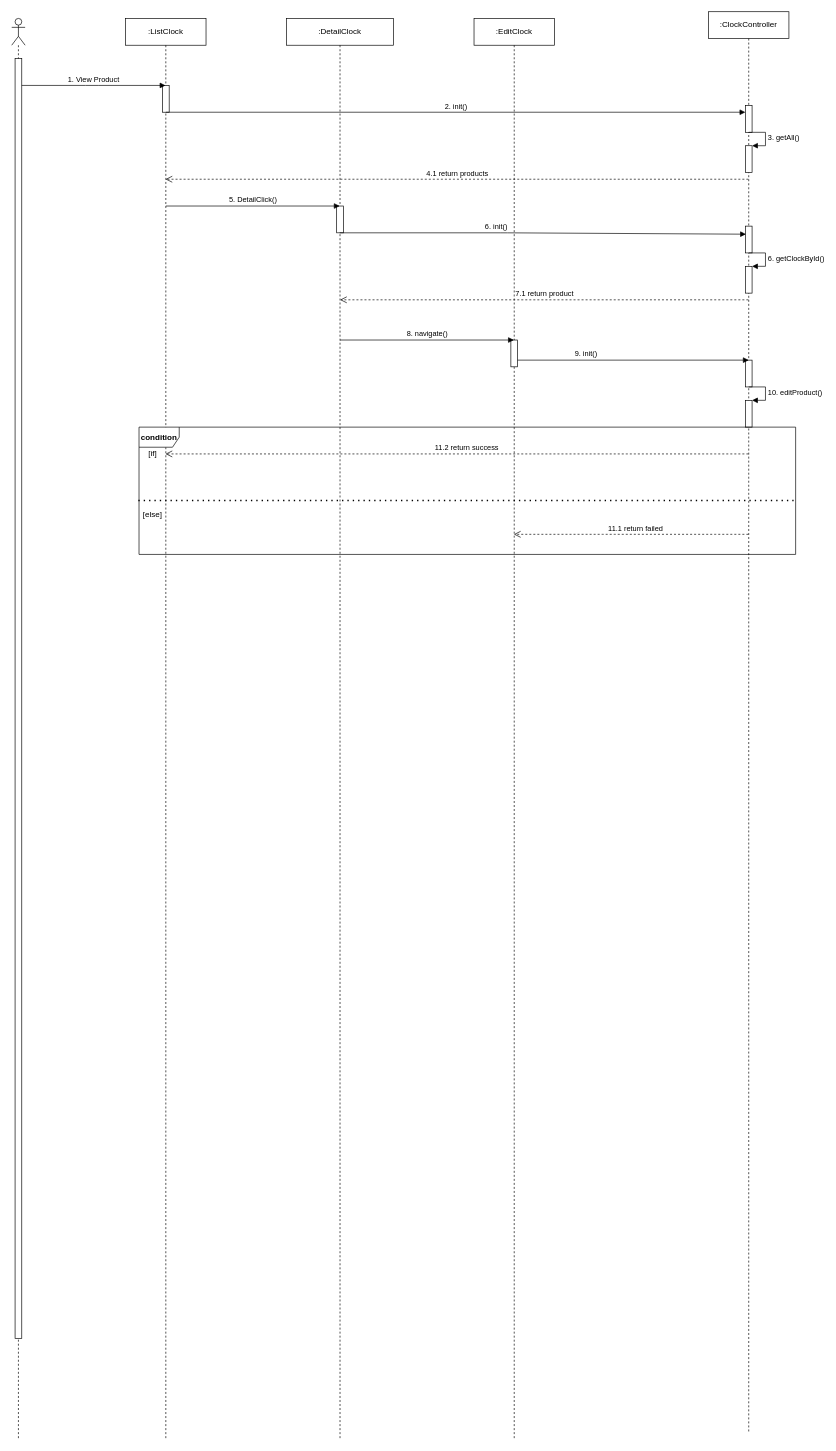
Earlier version of the draw.io diagram page "Account" (4 of 5) of Draw/Sequence_component.drawio (TMChi3n/clock-web). Source tidied: cells renumbered, new cells numbered last; positions are measured from the earlier drawing's top-left corner, leaving out a move shared by most shapes. Both pictures are drawn from the tidied source at 67%, with x=0, y=0 at pixel (11, 11).
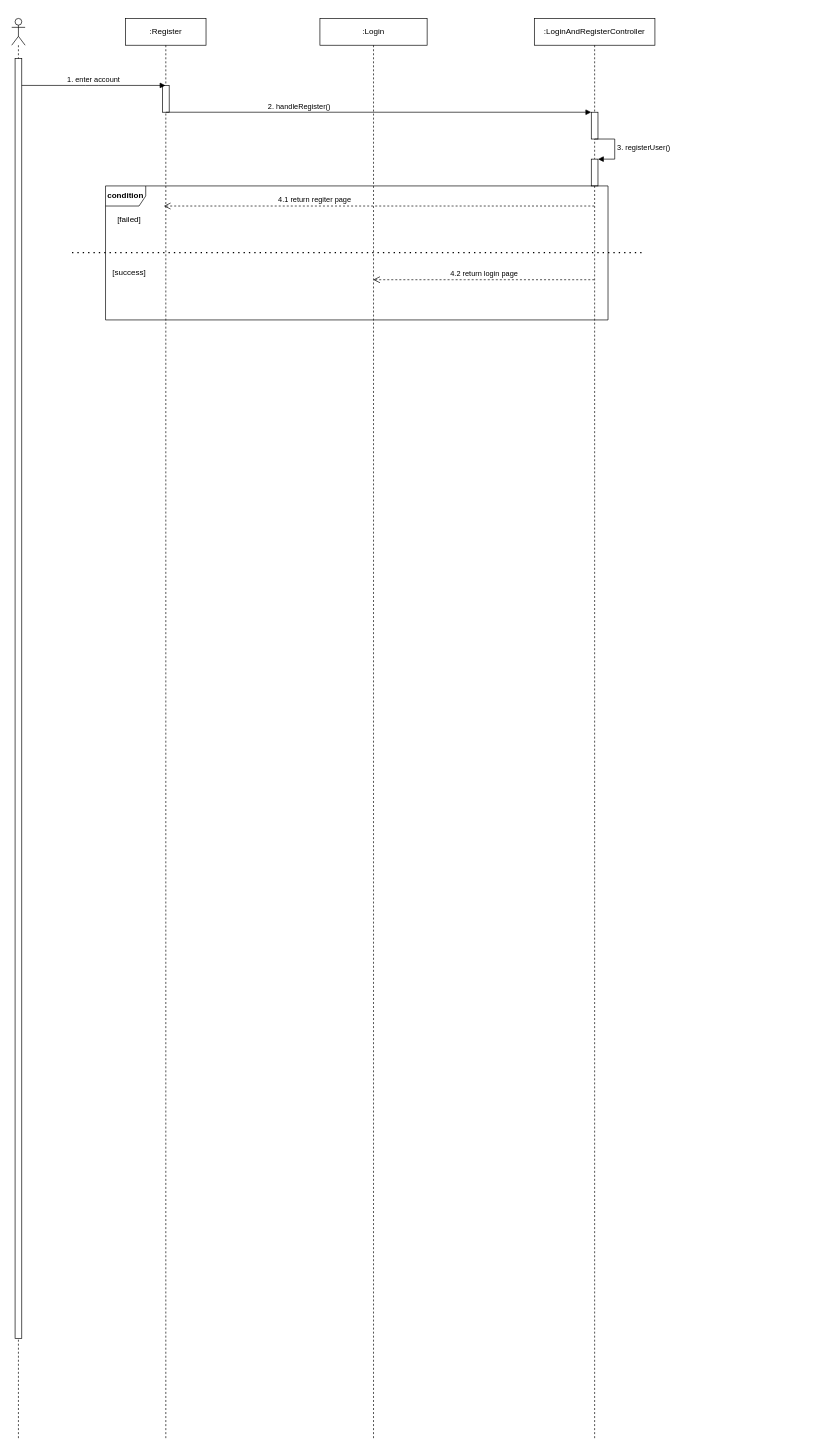
Above is the later version.

Unchanged cells that the change refers to:
```xml
<mxCell id="3" style="html=1;points=[];perimeter=orthogonalPerimeter;" parent="2" vertex="1">
  <mxGeometry x="5" y="60" width="10" height="1910" as="geometry" />
</mxCell>
```

Diff of the diagram source:
```diff
@@
-    <mxCell id="4" value=":ClockController" style="shape=umlLifeline;perimeter=lifelinePerimeter;whiteSpace=wrap;html=1;outlineConnect=0;" parent="1" vertex="1">
-      <mxGeometry x="1040" width="120" height="2120" as="geometry" />
+    <mxCell id="4" value=":LoginAndRegisterController" style="shape=umlLifeline;perimeter=lifelinePerimeter;whiteSpace=wrap;html=1;outlineConnect=0;" parent="1" vertex="1">
+      <mxGeometry x="780" y="10" width="180" height="2120" as="geometry" />
     </mxCell>
     <mxCell id="5" style="html=1;points=[];perimeter=orthogonalPerimeter;" parent="4" vertex="1">
-      <mxGeometry x="55" y="140" width="10" height="40" as="geometry" />
+      <mxGeometry x="85" y="140" width="10" height="40" as="geometry" />
     </mxCell>
     <mxCell id="6" style="html=1;points=[];perimeter=orthogonalPerimeter;" parent="4" vertex="1">
-      <mxGeometry x="55" y="200" width="10" height="40" as="geometry" />
+      <mxGeometry x="85" y="210" width="10" height="40" as="geometry" />
     </mxCell>
-    <mxCell id="7" value="3. getAll()" style="edgeStyle=orthogonalEdgeStyle;html=1;align=left;spacingLeft=2;endArrow=block;rounded=0;entryX=1;entryY=0;" parent="4" edge="1" target="6">
+    <mxCell id="7" value="3. registerUser()" style="edgeStyle=orthogonalEdgeStyle;html=1;align=left;spacingLeft=2;endArrow=block;rounded=0;entryX=1;entryY=0;" parent="4" edge="1" target="6">
       <mxGeometry relative="1" as="geometry">
-        <mxPoint x="60" y="180" as="sourcePoint" />
+        <mxPoint x="90" y="180" as="sourcePoint" />
         <Array as="points">
-          <mxPoint x="85" y="180" />
+          <mxPoint x="120" y="180" />
+          <mxPoint x="120" y="210" />
         </Array>
       </mxGeometry>
     </mxCell>
-    <mxCell id="8" style="html=1;points=[];perimeter=orthogonalPerimeter;" parent="4" vertex="1">
-      <mxGeometry x="55" y="320" width="10" height="40" as="geometry" />
-    </mxCell>
-    <mxCell id="9" value="6. getClockById()" style="edgeStyle=orthogonalEdgeStyle;html=1;align=left;spacingLeft=2;endArrow=block;rounded=0;entryX=1;entryY=0;" parent="4" edge="1" target="10">
-      <mxGeometry relative="1" as="geometry">
-        <mxPoint x="60" y="360" as="sourcePoint" />
-        <Array as="points">
-          <mxPoint x="85" y="360" />
-        </Array>
-      </mxGeometry>
-    </mxCell>
-    <mxCell id="10" style="html=1;points=[];perimeter=orthogonalPerimeter;" parent="4" vertex="1">
-      <mxGeometry x="55" y="380" width="10" height="40" as="geometry" />
-    </mxCell>
-    <mxCell id="11" style="html=1;perimeter=orthogonalPerimeter;" parent="4" vertex="1">
-      <mxGeometry x="55" y="520" width="10" height="40" as="geometry" />
-    </mxCell>
-    <mxCell id="12" value="10. editProduct()" style="edgeStyle=orthogonalEdgeStyle;html=1;align=left;spacingLeft=2;endArrow=block;rounded=0;entryX=1;entryY=0;" parent="4" edge="1" target="13">
-      <mxGeometry relative="1" as="geometry">
-        <mxPoint x="60" y="560" as="sourcePoint" />
-        <Array as="points">
-          <mxPoint x="85" y="560" />
-        </Array>
-      </mxGeometry>
-    </mxCell>
-    <mxCell id="13" style="html=1;points=[];perimeter=orthogonalPerimeter;" parent="4" vertex="1">
-      <mxGeometry x="55" y="580" width="10" height="40" as="geometry" />
-    </mxCell>
-    <mxCell id="14" value="9. init()" style="html=1;verticalAlign=bottom;endArrow=block;" parent="4" edge="1" source="15">
-      <mxGeometry x="-0.39" relative="1" as="geometry">
-        <mxPoint x="60" y="520" as="targetPoint" />
-      </mxGeometry>
-    </mxCell>
-    <mxCell id="15" value=":EditClock" style="shape=umlLifeline;perimeter=lifelinePerimeter;whiteSpace=wrap;html=1;outlineConnect=0;" parent="1" vertex="1">
-      <mxGeometry x="690" y="10" width="120" height="2120" as="geometry" />
-    </mxCell>
-    <mxCell id="16" style="html=1;perimeter=orthogonalPerimeter;" parent="15" vertex="1">
-      <mxGeometry x="55" y="480" width="10" height="40" as="geometry" />
-    </mxCell>
-    <mxCell id="17" value=":DetailClock" style="shape=umlLifeline;perimeter=lifelinePerimeter;whiteSpace=wrap;html=1;outlineConnect=0;" parent="1" vertex="1">
-      <mxGeometry x="410" y="10" width="160" height="2120" as="geometry" />
+    <mxCell id="17" value=":Login" style="shape=umlLifeline;perimeter=lifelinePerimeter;whiteSpace=wrap;html=1;outlineConnect=0;" parent="1" vertex="1">
+      <mxGeometry x="460" y="10" width="160" height="2120" as="geometry" />
     </mxCell>
-    <mxCell id="18" style="html=1;perimeter=orthogonalPerimeter;" parent="17" vertex="1">
-      <mxGeometry x="75" y="280" width="10" height="40" as="geometry" />
-    </mxCell>
-    <mxCell id="19" value=":ListClock" style="shape=umlLifeline;perimeter=lifelinePerimeter;whiteSpace=wrap;html=1;outlineConnect=0;" parent="1" vertex="1">
+    <mxCell id="19" value=":Register" style="shape=umlLifeline;perimeter=lifelinePerimeter;whiteSpace=wrap;html=1;outlineConnect=0;" parent="1" vertex="1">
       <mxGeometry x="170" y="10" width="120" height="2120" as="geometry" />
     </mxCell>
@@
-    <mxCell id="21" value="1. View Product" style="html=1;verticalAlign=bottom;endArrow=block;" parent="1" edge="1" source="3" target="19">
+    <mxCell id="21" value="1. enter account" style="html=1;verticalAlign=bottom;endArrow=block;" parent="1" edge="1" source="3" target="19">
       <mxGeometry relative="1" as="geometry">
         <Array as="points">
           <mxPoint x="120" y="110" />
         </Array>
       </mxGeometry>
     </mxCell>
-    <mxCell id="22" value="2. init()" style="html=1;verticalAlign=bottom;endArrow=block;" parent="1" edge="1" target="5">
-      <mxGeometry relative="1" as="geometry">
+    <mxCell id="22" value="2. handleRegister()" style="html=1;verticalAlign=bottom;endArrow=block;" parent="1" edge="1" target="5">
+      <mxGeometry x="-0.37" relative="1" as="geometry">
         <mxPoint x="230" y="150" as="sourcePoint" />
+        <mxPoint x="-1" as="offset" />
       </mxGeometry>
     </mxCell>
-    <mxCell id="23" value="4.1 return products" style="html=1;verticalAlign=bottom;endArrow=open;dashed=1;endSize=8;" parent="1" edge="1" source="4" target="19">
-      <mxGeometry relative="1" as="geometry">
-        <Array as="points">
-          <mxPoint x="670" y="250" />
-        </Array>
-      </mxGeometry>
-    </mxCell>
-    <mxCell id="24" value="5. DetailClick()" style="html=1;verticalAlign=bottom;endArrow=block;" parent="1" edge="1" target="17">
-      <mxGeometry relative="1" as="geometry">
-        <mxPoint x="230" y="290" as="sourcePoint" />
-      </mxGeometry>
-    </mxCell>
-    <mxCell id="25" value="6. init()" style="html=1;verticalAlign=bottom;endArrow=block;entryX=0.088;entryY=0.301;entryDx=0;entryDy=0;entryPerimeter=0;" parent="1" edge="1" source="17" target="8">
-      <mxGeometry x="-0.23" relative="1" as="geometry">
-        <Array as="points">
-          <mxPoint x="740" y="330" />
-        </Array>
-      </mxGeometry>
-    </mxCell>
-    <mxCell id="26" value="7.1 return product" style="html=1;verticalAlign=bottom;endArrow=open;dashed=1;endSize=8;" parent="1" edge="1" source="4">
-      <mxGeometry relative="1" as="geometry">
-        <mxPoint x="490" y="430" as="targetPoint" />
-        <Array as="points">
-          <mxPoint x="670.5" y="430" />
-        </Array>
-      </mxGeometry>
-    </mxCell>
-    <mxCell id="27" value="8. navigate()" style="html=1;verticalAlign=bottom;endArrow=block;" parent="1" edge="1">
-      <mxGeometry relative="1" as="geometry">
-        <mxPoint x="490" y="490" as="sourcePoint" />
-        <mxPoint x="749.5" y="490" as="targetPoint" />
-      </mxGeometry>
-    </mxCell>
-    <mxCell id="28" value="11.1 return failed" style="html=1;verticalAlign=bottom;endArrow=open;dashed=1;endSize=8;" parent="1" edge="1" source="4" target="15">
-      <mxGeometry x="-0.03" relative="1" as="geometry">
-        <Array as="points">
-          <mxPoint x="1050" y="780" />
-          <mxPoint x="890" y="780" />
-          <mxPoint x="840" y="780" />
-        </Array>
-        <mxPoint x="1" as="offset" />
-      </mxGeometry>
-    </mxCell>
-    <mxCell id="29" value="11.2 return success" style="html=1;verticalAlign=bottom;endArrow=open;dashed=1;endSize=8;" parent="1" edge="1" source="4" target="19">
-      <mxGeometry x="-0.03" relative="1" as="geometry">
-        <Array as="points">
-          <mxPoint x="1040" y="660" />
-          <mxPoint x="920" y="660" />
-        </Array>
-        <mxPoint x="1" as="offset" />
-      </mxGeometry>
-    </mxCell>
-    <mxCell id="30" style="endArrow=none;dashed=1;html=1;dashPattern=1 3;strokeWidth=2;exitX=-0.001;exitY=0.553;exitDx=0;exitDy=0;exitPerimeter=0;entryX=1.002;entryY=0.553;entryDx=0;entryDy=0;entryPerimeter=0;" parent="1" edge="1">
-      <mxGeometry relative="1" as="geometry">
-        <mxPoint x="189" y="729.5" as="sourcePoint" />
-        <mxPoint x="1172" y="729.5" as="targetPoint" />
-      </mxGeometry>
-    </mxCell>
+    <mxCell id="34" value="4.2 return login page" style="html=1;verticalAlign=bottom;endArrow=open;dashed=1;endSize=8;" parent="1" edge="1" source="4" target="17">
+      <mxGeometry relative="1" as="geometry">
+        <Array as="points">
+          <mxPoint x="667.7" y="400" />
+        </Array>
+      </mxGeometry>
+    </mxCell>
+    <mxCell id="35" value="4.1 return regiter page" style="html=1;verticalAlign=bottom;endArrow=open;dashed=1;endSize=8;" parent="1" edge="1" source="4">
+      <mxGeometry x="0.3" relative="1" as="geometry">
+        <mxPoint x="227" y="290" as="targetPoint" />
+        <Array as="points">
+          <mxPoint x="667.7" y="290" />
+        </Array>
+      </mxGeometry>
+    </mxCell>
+    <mxCell id="36" style="endArrow=none;dashed=1;html=1;dashPattern=1 3;strokeWidth=2;" parent="1" edge="1">
+      <mxGeometry relative="1" as="geometry">
+        <mxPoint x="940" y="359.5" as="sourcePoint" />
+        <mxPoint x="90" y="359.5" as="targetPoint" />
+      </mxGeometry>
+    </mxCell>
+    <mxCell id="37" value="[failed]" style="text;html=1;align=center;verticalAlign=middle;" parent="1" vertex="1">
+      <mxGeometry x="150" y="300" width="50" height="20" as="geometry" />
+    </mxCell>
+    <mxCell id="38" value="[success]" style="text;html=1;align=center;verticalAlign=middle;" parent="1" vertex="1">
+      <mxGeometry x="140" y="380" width="70" height="20" as="geometry" />
+    </mxCell>
     <mxCell id="31" value="&lt;b&gt;condition&lt;/b&gt;" style="shape=umlFrame;whiteSpace=wrap;html=1;" parent="1" vertex="1">
-      <mxGeometry x="190" y="620" width="980" height="190" as="geometry" />
+      <mxGeometry x="140" y="260" width="750" height="200" as="geometry" />
     </mxCell>
-    <mxCell id="32" value="[if]" style="text;html=1;align=center;verticalAlign=middle;" parent="1" vertex="1">
-      <mxGeometry x="195" y="650" width="30" height="20" as="geometry" />
-    </mxCell>
-    <mxCell id="33" value="[else]" style="text;html=1;align=center;verticalAlign=middle;" parent="1" vertex="1">
-      <mxGeometry x="190" y="740" width="40" height="20" as="geometry" />
-    </mxCell>
```
